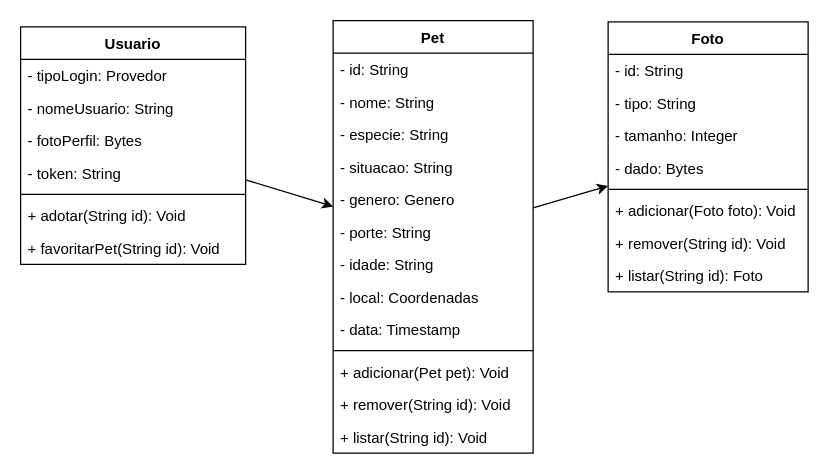
viniciussilverio/petsgo keeps this draw.io diagram as Diagrama de Classe.drawio. Above is the earlier version. Source tidied: cells renumbered, new cells numbered last; positions are measured from the earlier drawing's top-left corner, leaving out a move shared by most shapes. Both pictures are drawn from the tidied source at 125%, with x=0, y=0 at pixel (20, 20).
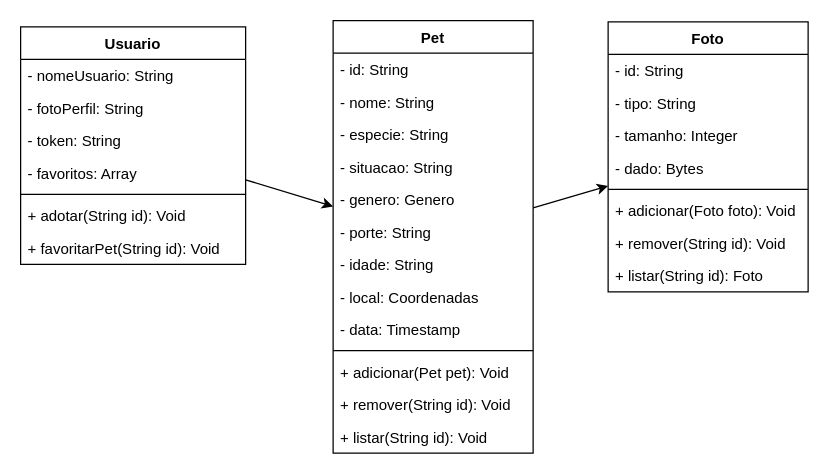
The same diagram, later.

Unchanged cells that the change refers to:
```xml
<mxCell id="27" value="Usuario" style="swimlane;fontStyle=1;align=center;verticalAlign=top;horizontal=1;startSize=26;" parent="1" vertex="1">
  <mxGeometry y="5" width="180" height="190" as="geometry" />
</mxCell>
```

Change to the diagram source:
```diff
@@
-    <mxCell id="28" value="- tipoLogin: Provedor&#10;" style="text;strokeColor=none;fillColor=none;align=left;verticalAlign=top;spacingLeft=4;spacingRight=4;overflow=hidden;" parent="27" vertex="1">
-      <mxGeometry y="26" width="180" height="26" as="geometry" />
-    </mxCell>
     <mxCell id="29" value="- nomeUsuario: String&#10;" style="text;strokeColor=none;fillColor=none;align=left;verticalAlign=top;spacingLeft=4;spacingRight=4;overflow=hidden;" parent="27" vertex="1">
-      <mxGeometry y="52" width="180" height="26" as="geometry" />
+      <mxGeometry y="26" width="180" height="26" as="geometry" />
     </mxCell>
-    <mxCell id="30" value="- fotoPerfil: Bytes&#10;" style="text;strokeColor=none;fillColor=none;align=left;verticalAlign=top;spacingLeft=4;spacingRight=4;overflow=hidden;" parent="27" vertex="1">
-      <mxGeometry y="78" width="180" height="26" as="geometry" />
+    <mxCell id="30" value="- fotoPerfil: String&#10;" style="text;strokeColor=none;fillColor=none;align=left;verticalAlign=top;spacingLeft=4;spacingRight=4;overflow=hidden;" parent="27" vertex="1">
+      <mxGeometry y="52" width="180" height="26" as="geometry" />
     </mxCell>
+    <mxCell id="35" value="- token: String&#10;" style="text;strokeColor=none;fillColor=none;align=left;verticalAlign=top;spacingLeft=4;spacingRight=4;overflow=hidden;" parent="27" vertex="1">
+      <mxGeometry y="78" width="180" height="26" as="geometry" />
+    </mxCell>
-    <mxCell id="31" value="- token: String&#10;" style="text;strokeColor=none;fillColor=none;align=left;verticalAlign=top;spacingLeft=4;spacingRight=4;overflow=hidden;" parent="27" vertex="1">
+    <mxCell id="31" value="- favoritos: Array&#10;" style="text;strokeColor=none;fillColor=none;align=left;verticalAlign=top;spacingLeft=4;spacingRight=4;overflow=hidden;" parent="27" vertex="1">
       <mxGeometry y="104" width="180" height="26" as="geometry" />
     </mxCell>
```
